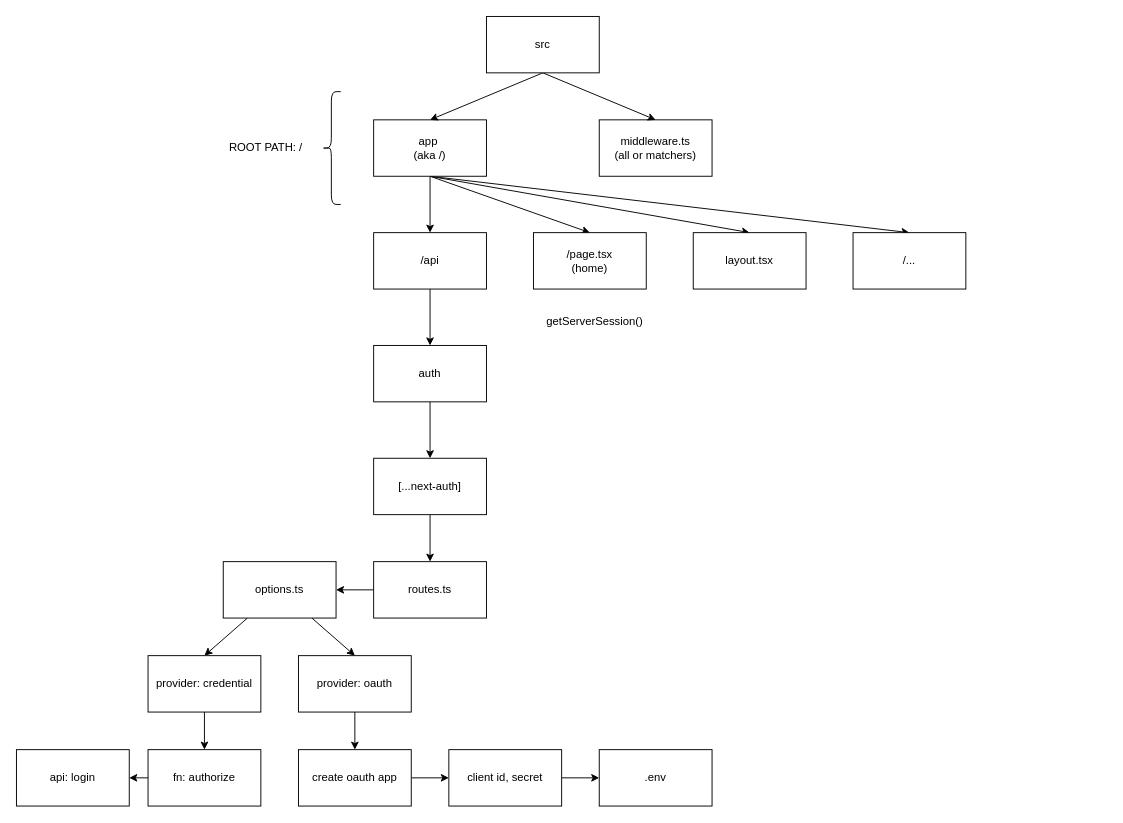
This is next06-next-auth/README.drawio from roylee0704/hello-next13, a draw.io file, before an edit. Source tidied: cells renumbered, new cells numbered last; positions are measured from the earlier drawing's top-left corner, leaving out a move shared by most shapes. Both pictures are drawn from the tidied source at 94%, with x=0, y=0 at pixel (16, 16).
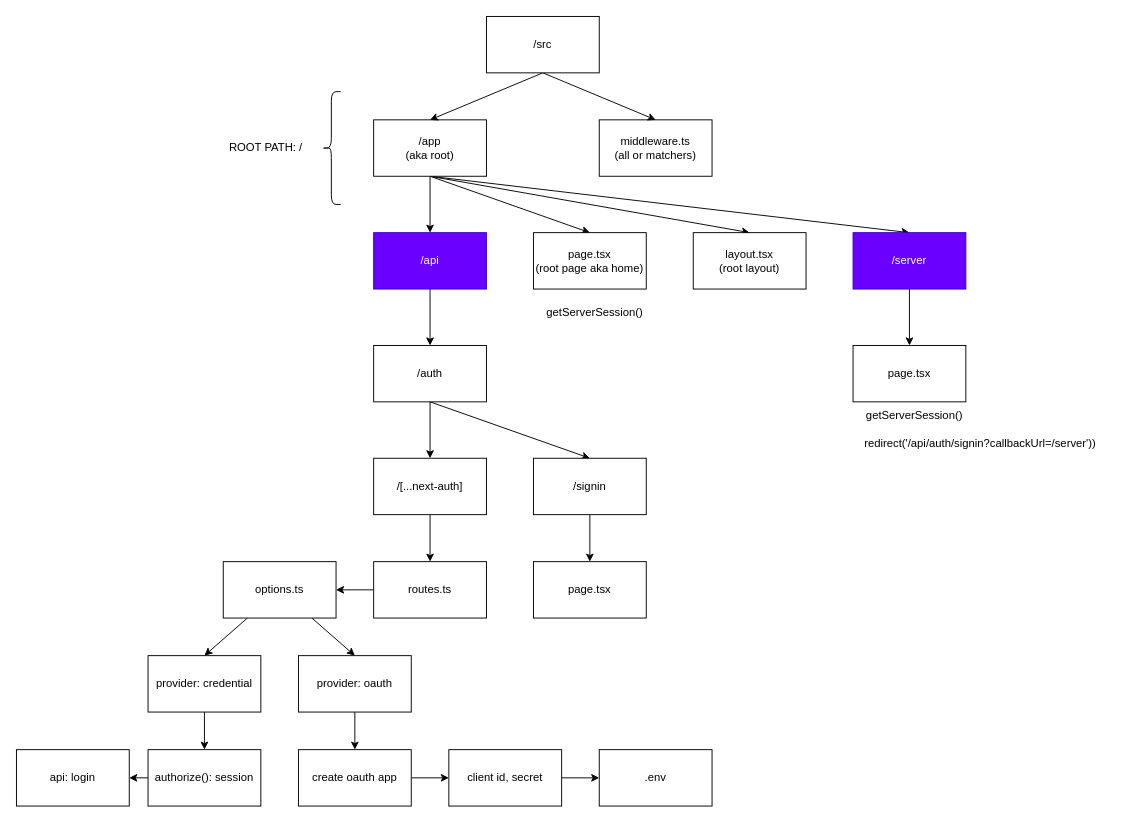
The same page after the edit.

The edit, as a diff of the source:
```diff
@@
-    <mxCell id="6" value="app&amp;nbsp;&lt;br&gt;(aka /)" style="rounded=0;whiteSpace=wrap;html=1;fontStyle=0;" parent="1" vertex="1">
+    <mxCell id="6" value="/app&lt;br&gt;(aka root)" style="rounded=0;whiteSpace=wrap;html=1;fontStyle=0;" parent="1" vertex="1">
       <mxGeometry x="380" y="110" width="120" height="60" as="geometry" />
     </mxCell>
@@
-    <mxCell id="8" value="/api" style="rounded=0;whiteSpace=wrap;html=1;fontStyle=0;" parent="1" vertex="1">
+    <mxCell id="8" value="/api" style="rounded=0;whiteSpace=wrap;html=1;fontStyle=0;fillColor=#6a00ff;fontColor=#ffffff;strokeColor=#3700CC;" parent="1" vertex="1">
       <mxGeometry x="380" y="230" width="120" height="60" as="geometry" />
     </mxCell>
@@
+    <mxCell id="40" style="edgeStyle=none;html=1;entryX=0.5;entryY=0;entryDx=0;entryDy=0;exitX=0.5;exitY=1;exitDx=0;exitDy=0;" parent="1" edge="1" source="10" target="46">
+      <mxGeometry relative="1" as="geometry" />
+    </mxCell>
-    <mxCell id="10" value="auth" style="rounded=0;whiteSpace=wrap;html=1;fontStyle=0;" parent="1" vertex="1">
+    <mxCell id="10" value="/auth" style="rounded=0;whiteSpace=wrap;html=1;fontStyle=0;" parent="1" vertex="1">
       <mxGeometry x="380" y="350" width="120" height="60" as="geometry" />
     </mxCell>
@@
-    <mxCell id="12" value="[...next-auth]" style="rounded=0;whiteSpace=wrap;html=1;fontStyle=0;" parent="1" vertex="1">
+    <mxCell id="12" value="/[...next-auth]" style="rounded=0;whiteSpace=wrap;html=1;fontStyle=0;" parent="1" vertex="1">
       <mxGeometry x="380" y="470" width="120" height="60" as="geometry" />
     </mxCell>
@@
-    <mxCell id="23" value="fn: authorize" style="rounded=0;whiteSpace=wrap;html=1;fontStyle=0;" parent="1" vertex="1">
+    <mxCell id="23" value="authorize(): session" style="rounded=0;whiteSpace=wrap;html=1;fontStyle=0;" parent="1" vertex="1">
       <mxGeometry x="140" y="780" width="120" height="60" as="geometry" />
     </mxCell>
@@
-    <mxCell id="29" value="/page.tsx&lt;br&gt;(home)" style="rounded=0;whiteSpace=wrap;html=1;fontStyle=0;" parent="1" vertex="1">
+    <mxCell id="29" value="page.tsx&lt;br&gt;(root page aka home)" style="rounded=0;whiteSpace=wrap;html=1;fontStyle=0;" parent="1" vertex="1">
       <mxGeometry x="550" y="230" width="120" height="60" as="geometry" />
     </mxCell>
-    <mxCell id="30" value="layout.tsx" style="rounded=0;whiteSpace=wrap;html=1;fontStyle=0;" parent="1" vertex="1">
+    <mxCell id="30" value="layout.tsx&lt;br&gt;(root layout)" style="rounded=0;whiteSpace=wrap;html=1;fontStyle=0;" parent="1" vertex="1">
       <mxGeometry x="720" y="230" width="120" height="60" as="geometry" />
     </mxCell>
@@
-    <mxCell id="35" value="src" style="rounded=0;whiteSpace=wrap;html=1;fontStyle=0;" parent="1" vertex="1">
+    <mxCell id="35" value="/src" style="rounded=0;whiteSpace=wrap;html=1;fontStyle=0;" parent="1" vertex="1">
       <mxGeometry x="500" width="120" height="60" as="geometry" />
     </mxCell>
@@
     <mxCell id="38" value="getServerSession()" style="text;html=1;align=center;verticalAlign=middle;strokeColor=none;fillColor=none;" parent="1" vertex="1">
-      <mxGeometry x="550" y="310" width="130" height="30" as="geometry" />
+      <mxGeometry x="550" y="300" width="130" height="30" as="geometry" />
     </mxCell>
+    <mxCell id="41" style="edgeStyle=none;html=1;entryX=0.5;entryY=0;entryDx=0;entryDy=0;" parent="1" edge="1" source="39" target="42">
+      <mxGeometry relative="1" as="geometry" />
+    </mxCell>
-    <mxCell id="39" value="/..." style="rounded=0;whiteSpace=wrap;html=1;fontStyle=0;" parent="1" vertex="1">
+    <mxCell id="39" value="/server" style="rounded=0;whiteSpace=wrap;html=1;fontStyle=0;fillColor=#6a00ff;fontColor=#ffffff;strokeColor=#3700CC;" parent="1" vertex="1">
       <mxGeometry x="890" y="230" width="120" height="60" as="geometry" />
     </mxCell>
+    <mxCell id="42" value="page.tsx" style="rounded=0;whiteSpace=wrap;html=1;fontStyle=0;" parent="1" vertex="1">
+      <mxGeometry x="890" y="350" width="120" height="60" as="geometry" />
+    </mxCell>
+    <mxCell id="43" value="redirect('/api/auth/signin?callbackUrl=/server'))" style="text;html=1;align=center;verticalAlign=middle;strokeColor=none;fillColor=none;" parent="1" vertex="1">
+      <mxGeometry x="890" y="440" width="270" height="30" as="geometry" />
+    </mxCell>
+    <mxCell id="44" value="getServerSession()" style="text;html=1;align=center;verticalAlign=middle;strokeColor=none;fillColor=none;" parent="1" vertex="1">
+      <mxGeometry x="890" y="410" width="130" height="30" as="geometry" />
+    </mxCell>
+    <mxCell id="45" style="edgeStyle=none;html=1;entryX=0.5;entryY=0;entryDx=0;entryDy=0;" parent="1" edge="1" source="46" target="47">
+      <mxGeometry relative="1" as="geometry" />
+    </mxCell>
+    <mxCell id="46" value="/signin" style="rounded=0;whiteSpace=wrap;html=1;fontStyle=0;" parent="1" vertex="1">
+      <mxGeometry x="550" y="470" width="120" height="60" as="geometry" />
+    </mxCell>
+    <mxCell id="47" value="page.tsx" style="rounded=0;whiteSpace=wrap;html=1;fontStyle=0;" parent="1" vertex="1">
+      <mxGeometry x="550" y="580" width="120" height="60" as="geometry" />
+    </mxCell>
```
